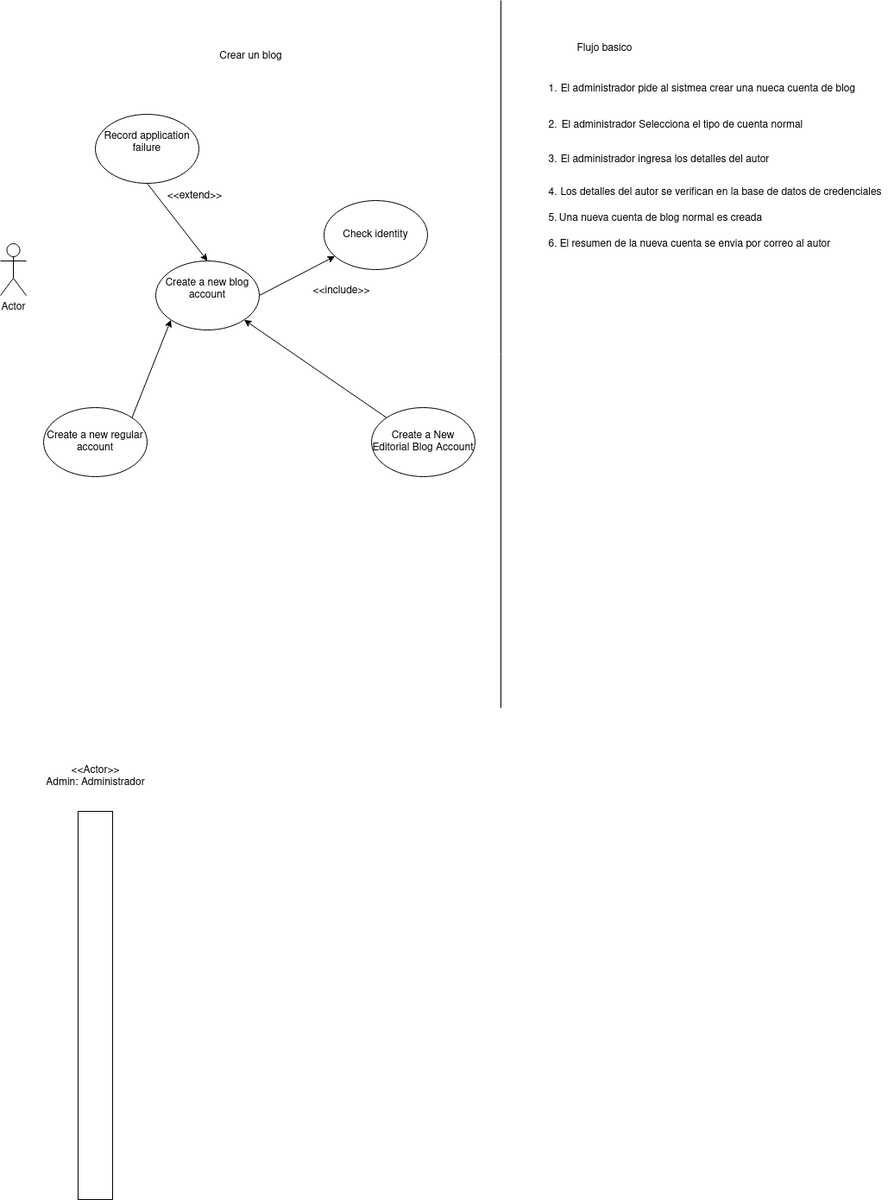
Above: DSejemplo.drawio.png in GermanOjeda/Tarea-ETS (draw.io), before the change. Source tidied: cells renumbered, new cells last; positions are measured from the earlier drawing's top-left corner, leaving out a move shared by most shapes.
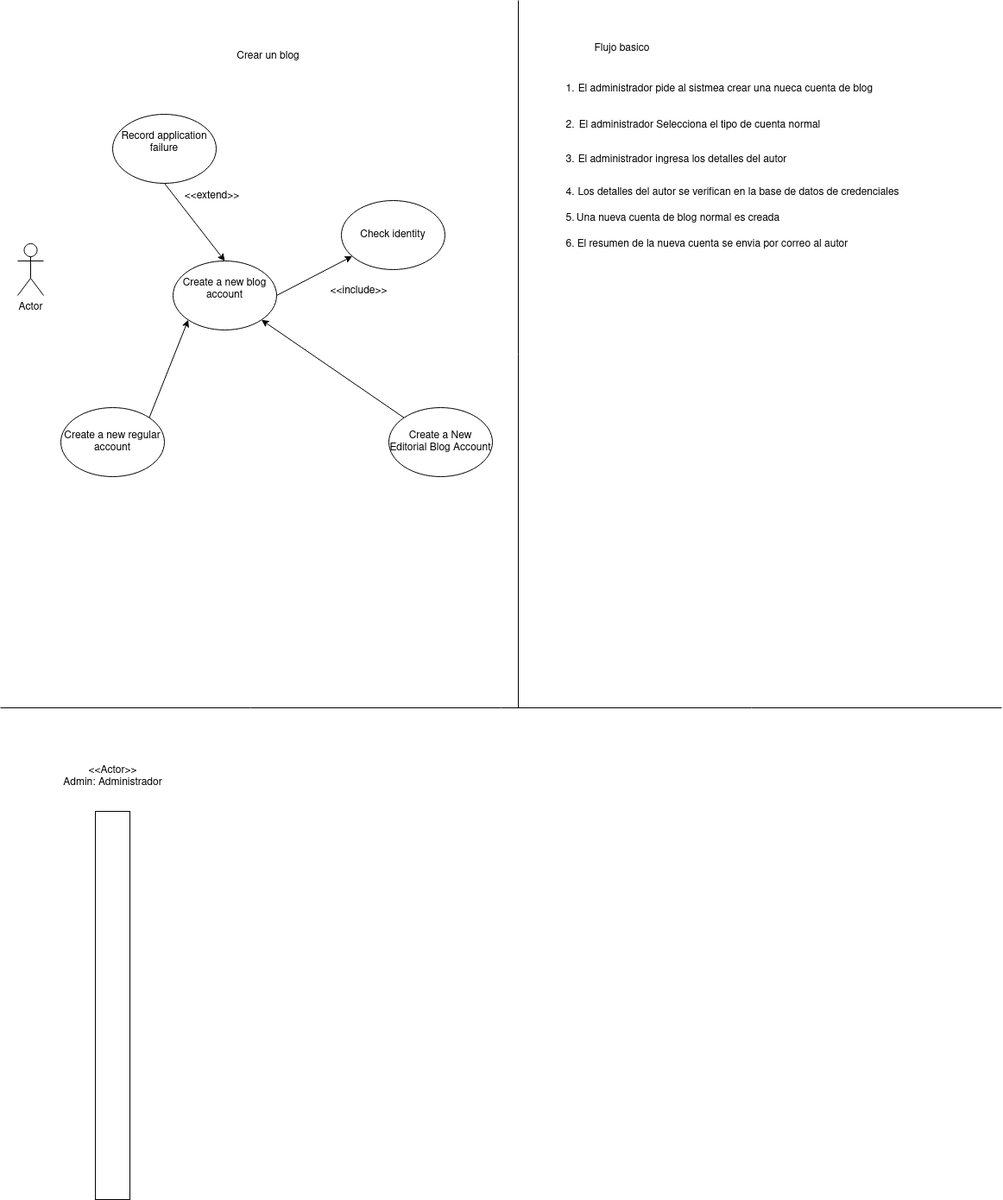
Later version of the same file.

What changed in the source:
```diff
@@ -92,5 +92,11 @@
     <mxCell id="30" style="rounded=0;whiteSpace=wrap;html=1;" parent="1" vertex="1">
       <mxGeometry x="90" y="940" width="40" height="450" as="geometry" />
     </mxCell>
+    <mxCell id="31" style="endArrow=none;html=1;rounded=0;" parent="1" edge="1">
+      <mxGeometry relative="1" as="geometry">
+        <mxPoint x="-20" y="820" as="sourcePoint" />
+        <mxPoint x="1140" y="820" as="targetPoint" />
+      </mxGeometry>
+    </mxCell>
   </root>
 </mxGraphModel>
```
